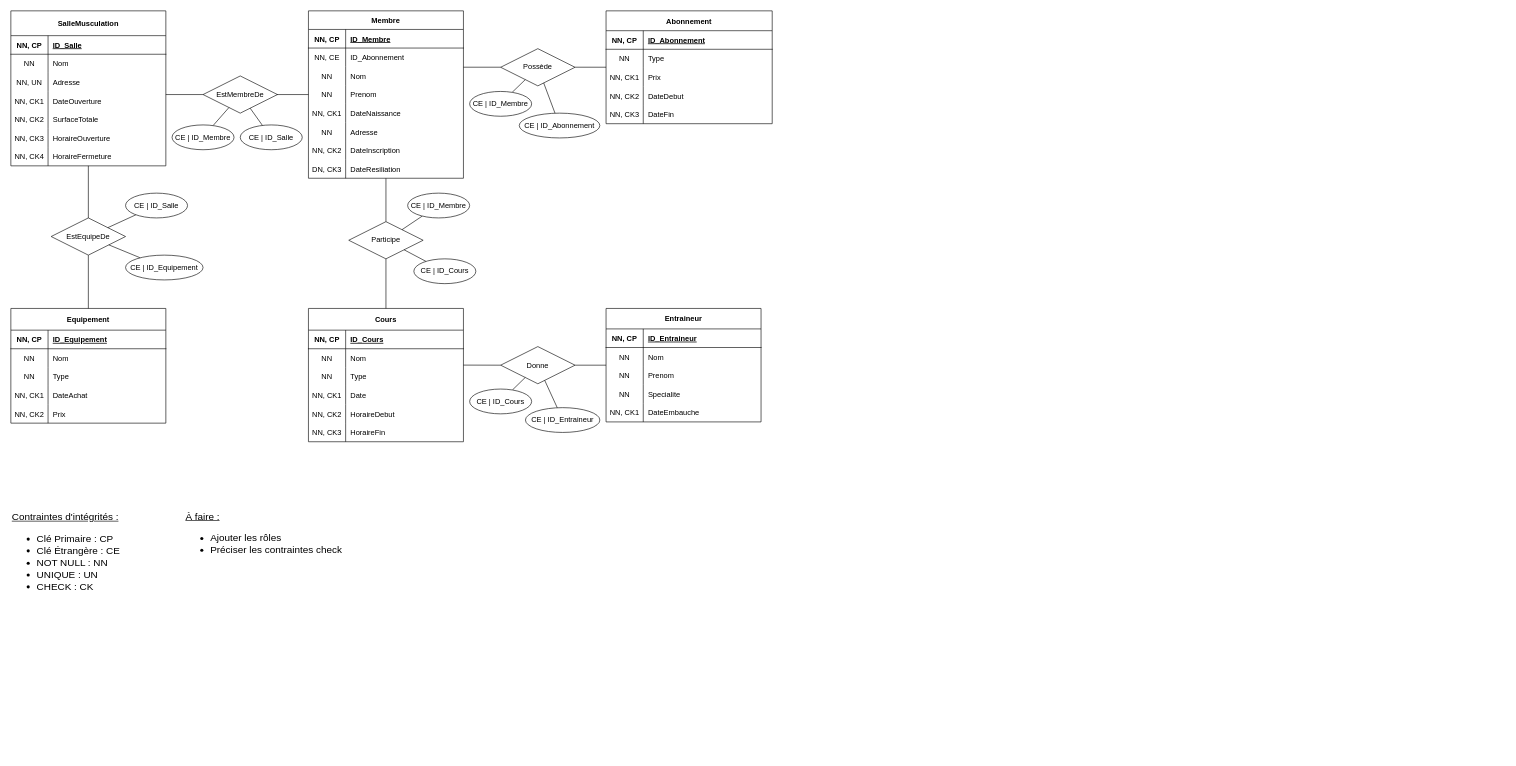
Before: SchémaE/R.drawio in uvsqNathanAmoussou/SalleDeMuscuBDD, a draw.io diagram. Source tidied: cells renumbered, new cells numbered last; positions are measured from the earlier drawing's top-left corner, leaving out a move shared by most shapes. Both pictures are drawn from the tidied source at 62%, with x=0, y=0 at pixel (11, 11).
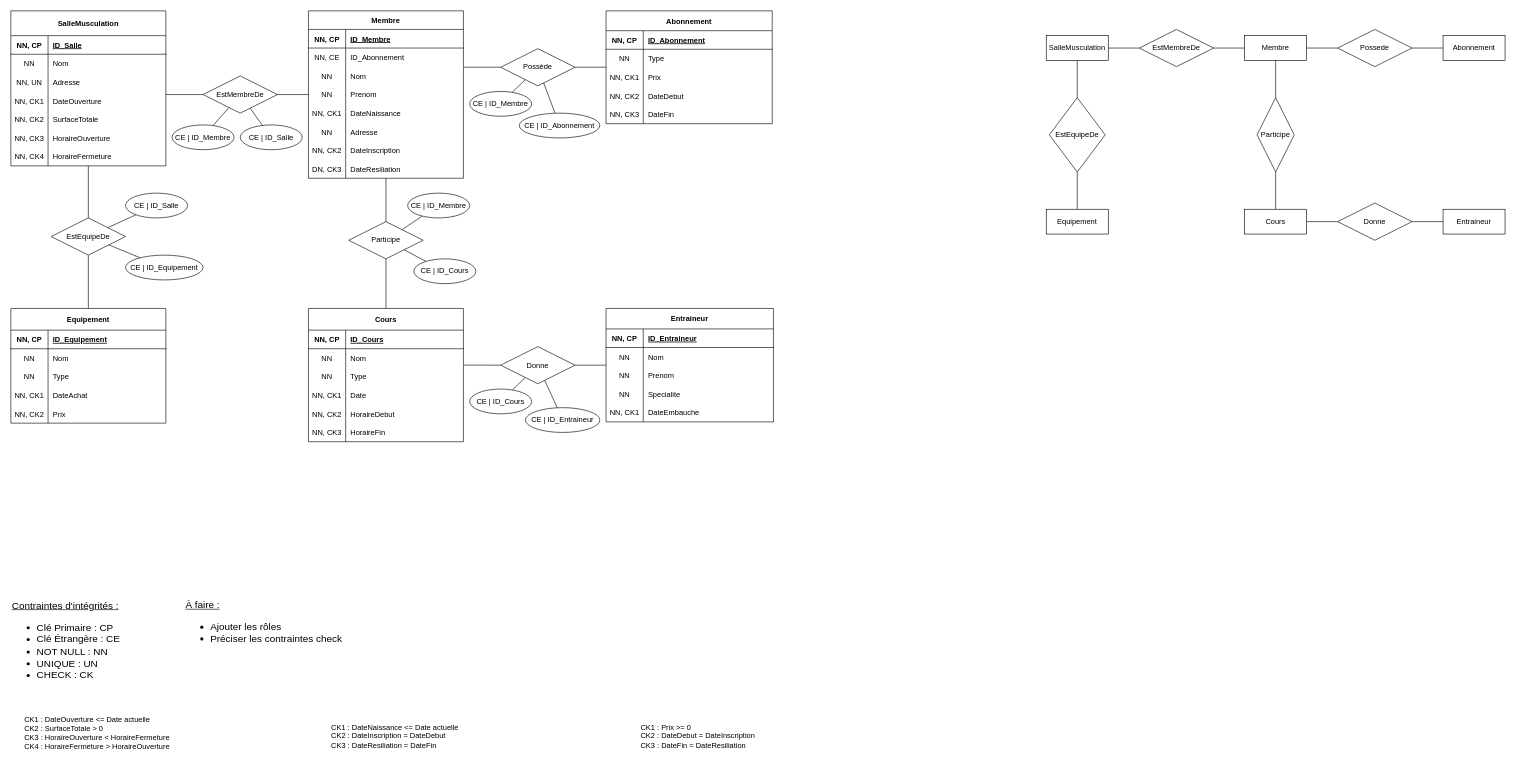
The same diagram, later.

Commit message:
Mettre à jour R.drawio

The edit, as a diff of the source:
```diff
@@
     <mxCell id="100" value="Entraineur" style="shape=table;startSize=33;childLayout=tableLayout;rowLines=0;fontStyle=1;align=center;" parent="1" vertex="1">
-      <mxGeometry x="960" y="480" width="250" height="183" as="geometry" />
+      <mxGeometry x="960" y="480" width="270" height="183" as="geometry" />
     </mxCell>
     <mxCell id="101" style="shape=partialRectangle;fillColor=none;top=0;left=0;right=0;bottom=1;" parent="100" vertex="1">
-      <mxGeometry y="33" width="250" height="30" as="geometry" />
+      <mxGeometry y="33" width="270" height="30" as="geometry" />
     </mxCell>
@@
     <mxCell id="103" value="ID_Entraineur" style="shape=partialRectangle;overflow=hidden;fillColor=none;top=0;left=0;bottom=0;right=0;align=left;spacingLeft=6;fontStyle=5;" parent="101" vertex="1">
-      <mxGeometry x="60" width="190" height="30" as="geometry" />
+      <mxGeometry x="60" width="210" height="30" as="geometry" />
     </mxCell>
     <mxCell id="104" style="shape=partialRectangle;fillColor=none;top=0;left=0;right=0;bottom=0;" parent="100" vertex="1">
-      <mxGeometry y="63" width="250" height="30" as="geometry" />
+      <mxGeometry y="63" width="270" height="30" as="geometry" />
     </mxCell>
@@
     <mxCell id="106" value="Nom" style="shape=partialRectangle;overflow=hidden;fillColor=none;top=0;left=0;bottom=0;right=0;align=left;spacingLeft=6;" parent="104" vertex="1">
-      <mxGeometry x="60" width="190" height="30" as="geometry" />
+      <mxGeometry x="60" width="210" height="30" as="geometry" />
     </mxCell>
     <mxCell id="107" style="shape=partialRectangle;fillColor=none;top=0;left=0;right=0;bottom=0;" parent="100" vertex="1">
-      <mxGeometry y="93" width="250" height="30" as="geometry" />
+      <mxGeometry y="93" width="270" height="30" as="geometry" />
     </mxCell>
@@
     <mxCell id="109" value="Prenom" style="shape=partialRectangle;overflow=hidden;fillColor=none;top=0;left=0;bottom=0;right=0;align=left;spacingLeft=6;" parent="107" vertex="1">
-      <mxGeometry x="60" width="190" height="30" as="geometry" />
+      <mxGeometry x="60" width="210" height="30" as="geometry" />
     </mxCell>
     <mxCell id="110" style="shape=partialRectangle;fillColor=none;top=0;left=0;right=0;bottom=0;" parent="100" vertex="1">
-      <mxGeometry y="123" width="250" height="30" as="geometry" />
+      <mxGeometry y="123" width="270" height="30" as="geometry" />
     </mxCell>
@@
     <mxCell id="112" value="Specialite" style="shape=partialRectangle;overflow=hidden;fillColor=none;top=0;left=0;bottom=0;right=0;align=left;spacingLeft=6;" parent="110" vertex="1">
-      <mxGeometry x="60" width="190" height="30" as="geometry" />
+      <mxGeometry x="60" width="210" height="30" as="geometry" />
     </mxCell>
     <mxCell id="113" style="shape=partialRectangle;fillColor=none;top=0;left=0;right=0;bottom=0;" parent="100" vertex="1">
-      <mxGeometry y="153" width="250" height="30" as="geometry" />
+      <mxGeometry y="153" width="270" height="30" as="geometry" />
     </mxCell>
@@
     <mxCell id="115" value="DateEmbauche" style="shape=partialRectangle;overflow=hidden;fillColor=none;top=0;left=0;bottom=0;right=0;align=left;spacingLeft=6;" parent="113" vertex="1">
-      <mxGeometry x="60" width="190" height="30" as="geometry" />
+      <mxGeometry x="60" width="210" height="30" as="geometry" />
     </mxCell>
     <mxCell id="116" value="&lt;u&gt;Contraintes d'intégrités :&lt;/u&gt;&lt;br style=&quot;font-size: 16px;&quot;&gt;&lt;ul&gt;&lt;li&gt;Clé Primaire : CP&lt;br&gt;&lt;/li&gt;&lt;li&gt;Clé Étrangère : CE&lt;br&gt;&lt;/li&gt;&lt;li&gt;NOT NULL : NN&lt;br&gt;&lt;/li&gt;&lt;li&gt;UNIQUE : UN&lt;br&gt;&lt;/li&gt;&lt;li&gt;CHECK : CK&lt;br&gt;&lt;/li&gt;&lt;/ul&gt;" style="text;html=1;align=left;verticalAlign=middle;strokeColor=none;fillColor=none;fontSize=16;" parent="1" vertex="1">
-      <mxGeometry y="800" width="200" height="160" as="geometry" />
+      <mxGeometry y="943" width="200" height="160" as="geometry" />
     </mxCell>
@@
     <mxCell id="152" value="&lt;div style=&quot;&quot;&gt;&lt;u&gt;À faire :&lt;/u&gt;&lt;/div&gt;&lt;ul&gt;&lt;li&gt;Ajouter les rôles&lt;/li&gt;&lt;li&gt;Préciser les contraintes check&lt;/li&gt;&lt;/ul&gt;" style="text;html=1;align=left;verticalAlign=middle;strokeColor=none;fillColor=none;fontSize=16;" parent="1" vertex="1">
-      <mxGeometry x="280" y="800" width="280" height="100" as="geometry" />
+      <mxGeometry x="280" y="943" width="280" height="100" as="geometry" />
     </mxCell>
+    <mxCell id="153" value="&lt;div style=&quot;&quot;&gt;CK1 : DateOuverture &amp;lt;= Date actuelle&lt;/div&gt;&lt;div style=&quot;&quot;&gt;CK2 : SurfaceTotale &amp;gt; 0&lt;/div&gt;&lt;div style=&quot;&quot;&gt;CK3 : HoraireOuverture &amp;lt; HoraireFermeture&lt;/div&gt;&lt;div style=&quot;&quot;&gt;CK4 : HoraireFermeture &amp;gt; HoraireOuverture&lt;/div&gt;" style="text;html=1;align=left;verticalAlign=middle;strokeColor=none;fillColor=none;" parent="1" vertex="1">
+      <mxGeometry x="20" y="1130" width="260" height="70" as="geometry" />
+    </mxCell>
+    <mxCell id="154" value="&lt;div style=&quot;&quot;&gt;CK1 : DateNaissance &amp;lt;= Date actuelle&lt;/div&gt;&lt;div style=&quot;&quot;&gt;CK2 : DateInscription = DateDebut&lt;/div&gt;&lt;div style=&quot;&quot;&gt;CK3 : DateResiliation = DateFin&lt;/div&gt;" style="text;html=1;align=left;verticalAlign=middle;strokeColor=none;fillColor=none;" parent="1" vertex="1">
+      <mxGeometry x="515" y="1140" width="230" height="60" as="geometry" />
+    </mxCell>
+    <mxCell id="155" value="&lt;div style=&quot;&quot;&gt;CK1 : Prix &amp;gt;= 0&lt;/div&gt;&lt;div style=&quot;&quot;&gt;CK2 : DateDebut = DateInscription&lt;/div&gt;&lt;div style=&quot;&quot;&gt;CK3 : DateFin = DateResiliation&lt;/div&gt;" style="text;html=1;align=left;verticalAlign=middle;strokeColor=none;fillColor=none;" parent="1" vertex="1">
+      <mxGeometry x="1014" y="1140" width="210" height="60" as="geometry" />
+    </mxCell>
+    <mxCell id="156" style="edgeStyle=orthogonalEdgeStyle;rounded=0;jettySize=auto;html=1;endArrow=none;endFill=0;" parent="1" edge="1" source="157" target="166">
+      <mxGeometry relative="1" as="geometry" />
+    </mxCell>
+    <mxCell id="157" value="SalleMusculation" style="whiteSpace=wrap;html=1;align=center;" parent="1" vertex="1">
+      <mxGeometry x="1670" y="40" width="100" height="40" as="geometry" />
+    </mxCell>
+    <mxCell id="158" style="edgeStyle=orthogonalEdgeStyle;rounded=0;jettySize=auto;html=1;endArrow=none;endFill=0;" parent="1" edge="1" source="159" target="168">
+      <mxGeometry relative="1" as="geometry" />
+    </mxCell>
+    <mxCell id="159" value="Membre" style="whiteSpace=wrap;html=1;align=center;" parent="1" vertex="1">
+      <mxGeometry x="1990" y="40" width="100" height="40" as="geometry" />
+    </mxCell>
+    <mxCell id="160" value="Abonnement" style="whiteSpace=wrap;html=1;align=center;" parent="1" vertex="1">
+      <mxGeometry x="2310" y="40" width="100" height="40" as="geometry" />
+    </mxCell>
+    <mxCell id="161" value="Equipement" style="whiteSpace=wrap;html=1;align=center;" parent="1" vertex="1">
+      <mxGeometry x="1670" y="320" width="100" height="40" as="geometry" />
+    </mxCell>
+    <mxCell id="162" style="edgeStyle=orthogonalEdgeStyle;rounded=0;jettySize=auto;html=1;endArrow=none;endFill=0;" parent="1" edge="1" source="163" target="176">
+      <mxGeometry relative="1" as="geometry" />
+    </mxCell>
+    <mxCell id="163" value="Cours" style="whiteSpace=wrap;html=1;align=center;" parent="1" vertex="1">
+      <mxGeometry x="1990" y="320" width="100" height="40" as="geometry" />
+    </mxCell>
+    <mxCell id="164" value="Entraineur" style="whiteSpace=wrap;html=1;align=center;" parent="1" vertex="1">
+      <mxGeometry x="2310" y="320" width="100" height="40" as="geometry" />
+    </mxCell>
+    <mxCell id="165" style="edgeStyle=orthogonalEdgeStyle;rounded=0;jettySize=auto;html=1;endArrow=none;endFill=0;" parent="1" edge="1" source="166" target="159">
+      <mxGeometry relative="1" as="geometry" />
+    </mxCell>
+    <mxCell id="166" value="EstMembreDe" style="shape=rhombus;perimeter=rhombusPerimeter;whiteSpace=wrap;html=1;align=center;" parent="1" vertex="1">
+      <mxGeometry x="1820" y="30" width="120" height="60" as="geometry" />
+    </mxCell>
+    <mxCell id="167" style="edgeStyle=orthogonalEdgeStyle;rounded=0;jettySize=auto;html=1;endArrow=none;endFill=0;" parent="1" edge="1" source="168" target="160">
+      <mxGeometry relative="1" as="geometry" />
+    </mxCell>
+    <mxCell id="168" value="Possede" style="shape=rhombus;perimeter=rhombusPerimeter;whiteSpace=wrap;html=1;align=center;" parent="1" vertex="1">
+      <mxGeometry x="2140" y="30" width="120" height="60" as="geometry" />
+    </mxCell>
+    <mxCell id="169" style="edgeStyle=orthogonalEdgeStyle;rounded=0;jettySize=auto;html=1;endArrow=none;endFill=0;" parent="1" edge="1" source="171" target="157">
+      <mxGeometry relative="1" as="geometry" />
+    </mxCell>
+    <mxCell id="170" style="edgeStyle=orthogonalEdgeStyle;rounded=0;jettySize=auto;html=1;endArrow=none;endFill=0;" parent="1" edge="1" source="171" target="161">
+      <mxGeometry relative="1" as="geometry" />
+    </mxCell>
+    <mxCell id="171" value="EstEquipeDe" style="shape=rhombus;perimeter=rhombusPerimeter;whiteSpace=wrap;html=1;align=center;direction=south;" parent="1" vertex="1">
+      <mxGeometry x="1675" y="140" width="90" height="120" as="geometry" />
+    </mxCell>
+    <mxCell id="172" style="edgeStyle=orthogonalEdgeStyle;rounded=0;jettySize=auto;html=1;endArrow=none;endFill=0;" parent="1" edge="1" source="174" target="159">
+      <mxGeometry relative="1" as="geometry" />
+    </mxCell>
+    <mxCell id="173" style="edgeStyle=orthogonalEdgeStyle;rounded=0;jettySize=auto;html=1;endArrow=none;endFill=0;" parent="1" edge="1" source="174" target="163">
+      <mxGeometry relative="1" as="geometry" />
+    </mxCell>
+    <mxCell id="174" value="Participe" style="shape=rhombus;perimeter=rhombusPerimeter;whiteSpace=wrap;html=1;align=center;direction=south;" parent="1" vertex="1">
+      <mxGeometry x="2010" y="140" width="60" height="120" as="geometry" />
+    </mxCell>
+    <mxCell id="175" style="edgeStyle=orthogonalEdgeStyle;rounded=0;jettySize=auto;html=1;endArrow=none;endFill=0;" parent="1" edge="1" source="176" target="164">
+      <mxGeometry relative="1" as="geometry" />
+    </mxCell>
+    <mxCell id="176" value="Donne" style="shape=rhombus;perimeter=rhombusPerimeter;whiteSpace=wrap;html=1;align=center;" parent="1" vertex="1">
+      <mxGeometry x="2140" y="310" width="120" height="60" as="geometry" />
+    </mxCell>
```
